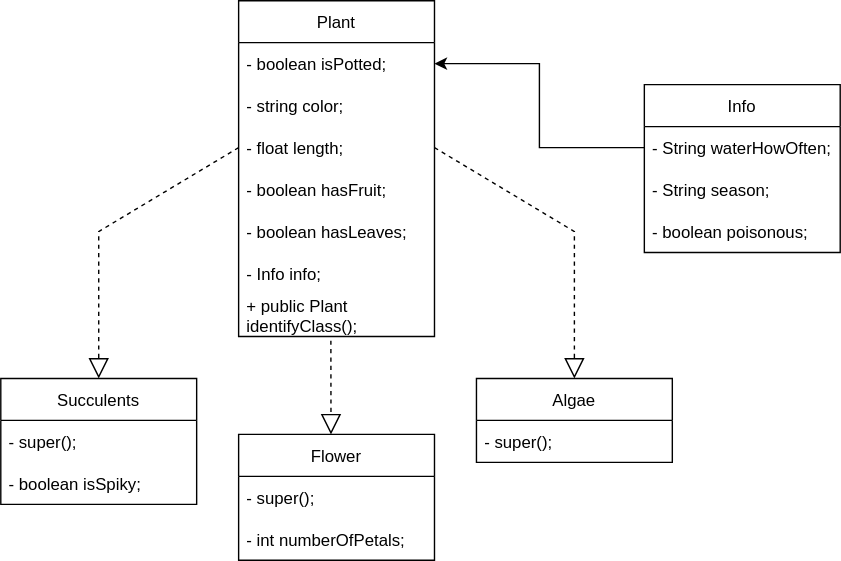
Before: src/ERD.svg, a diagram exported from draw.io (alishakhalid/M226-Project). Source tidied: cells renumbered, new cells last; positions are measured from the earlier drawing's top-left corner, leaving out a move shared by most shapes. The source it was exported from:
```xml
<mxGraphModel>
  <root>
    <mxCell id="0" />
    <mxCell id="1" parent="0" />
    <mxCell id="2" value="Plant" style="swimlane;fontStyle=0;horizontal=1;startSize=30;" parent="1" vertex="1">
      <mxGeometry x="170" width="140" height="240" as="geometry" />
    </mxCell>
    <mxCell id="3" value="- boolean isPotted;" style="text;strokeColor=none;fillColor=none;align=left;verticalAlign=middle;spacingLeft=4;spacingRight=4;overflow=hidden;points=[[0,0.5],[1,0.5]];portConstraint=eastwest;" parent="2" vertex="1">
      <mxGeometry y="30" width="140" height="30" as="geometry" />
    </mxCell>
    <mxCell id="4" value="- string color;" style="text;strokeColor=none;fillColor=none;align=left;verticalAlign=middle;spacingLeft=4;spacingRight=4;overflow=hidden;" parent="2" vertex="1">
      <mxGeometry y="60" width="140" height="30" as="geometry" />
    </mxCell>
    <mxCell id="5" value="- float length;" style="text;strokeColor=none;fillColor=none;align=left;verticalAlign=middle;spacingLeft=4;spacingRight=4;overflow=hidden;points=[[0,0.5],[1,0.5]];portConstraint=eastwest;" parent="2" vertex="1">
      <mxGeometry y="90" width="140" height="30" as="geometry" />
    </mxCell>
    <mxCell id="6" value="- boolean hasFruit;" style="text;strokeColor=none;fillColor=none;align=left;verticalAlign=middle;spacingLeft=4;spacingRight=4;overflow=hidden;" parent="2" vertex="1">
      <mxGeometry y="120" width="140" height="30" as="geometry" />
    </mxCell>
    <mxCell id="7" value="- boolean hasLeaves;" style="text;strokeColor=none;fillColor=none;align=left;verticalAlign=middle;spacingLeft=4;spacingRight=4;overflow=hidden;" parent="2" vertex="1">
      <mxGeometry y="150" width="140" height="30" as="geometry" />
    </mxCell>
    <mxCell id="8" value="- Info info;" style="text;strokeColor=none;fillColor=none;align=left;verticalAlign=middle;spacingLeft=4;spacingRight=4;overflow=hidden;" parent="2" vertex="1">
      <mxGeometry y="180" width="140" height="30" as="geometry" />
    </mxCell>
    <mxCell id="9" value="+ public Plant &#10;identifyClass();" style="text;strokeColor=none;fillColor=none;align=left;verticalAlign=middle;spacingLeft=4;spacingRight=4;overflow=hidden;points=[[0,0.5],[1,0.5]];portConstraint=eastwest;" parent="2" vertex="1">
      <mxGeometry y="210" width="140" height="30" as="geometry" />
    </mxCell>
    <mxCell id="10" value="Succulents" style="swimlane;fontStyle=0;horizontal=1;startSize=30;" parent="1" vertex="1">
      <mxGeometry y="270" width="140" height="90" as="geometry" />
    </mxCell>
    <mxCell id="11" value="- super();" style="text;strokeColor=none;fillColor=none;align=left;verticalAlign=middle;spacingLeft=4;spacingRight=4;overflow=hidden;" parent="10" vertex="1">
      <mxGeometry y="30" width="140" height="30" as="geometry" />
    </mxCell>
    <mxCell id="12" value="- boolean isSpiky;" style="text;strokeColor=none;fillColor=none;align=left;verticalAlign=middle;spacingLeft=4;spacingRight=4;overflow=hidden;" parent="10" vertex="1">
      <mxGeometry y="60" width="140" height="30" as="geometry" />
    </mxCell>
    <mxCell id="13" value="Flower" style="swimlane;fontStyle=0;horizontal=1;startSize=30;" parent="1" vertex="1">
      <mxGeometry x="170" y="310" width="140" height="90" as="geometry" />
    </mxCell>
    <mxCell id="14" value="- super();" style="text;strokeColor=none;fillColor=none;align=left;verticalAlign=middle;spacingLeft=4;spacingRight=4;overflow=hidden;" parent="13" vertex="1">
      <mxGeometry y="30" width="140" height="30" as="geometry" />
    </mxCell>
    <mxCell id="15" value="- int numberOfPetals;" style="text;strokeColor=none;fillColor=none;align=left;verticalAlign=middle;spacingLeft=4;spacingRight=4;overflow=hidden;" parent="13" vertex="1">
      <mxGeometry y="60" width="140" height="30" as="geometry" />
    </mxCell>
    <mxCell id="16" value="Algae" style="swimlane;fontStyle=0;horizontal=1;startSize=30;" parent="1" vertex="1">
      <mxGeometry x="340" y="270" width="140" height="60" as="geometry" />
    </mxCell>
    <mxCell id="17" value="- super();" style="text;strokeColor=none;fillColor=none;align=left;verticalAlign=middle;spacingLeft=4;spacingRight=4;overflow=hidden;" parent="16" vertex="1">
      <mxGeometry y="30" width="140" height="30" as="geometry" />
    </mxCell>
    <mxCell id="18" style="endArrow=block;dashed=1;endFill=0;endSize=12;html=1;rounded=0;exitX=1;exitY=0.5;exitDx=0;exitDy=0;entryX=0.5;entryY=0;entryDx=0;entryDy=0;" parent="1" edge="1" source="5" target="16">
      <mxGeometry relative="1" as="geometry">
        <Array as="points">
          <mxPoint x="410" y="165" />
        </Array>
      </mxGeometry>
    </mxCell>
    <mxCell id="19" style="endArrow=block;dashed=1;endFill=0;endSize=12;html=1;rounded=0;exitX=0;exitY=0.5;exitDx=0;exitDy=0;entryX=0.5;entryY=0;entryDx=0;entryDy=0;" parent="1" edge="1" source="5" target="10">
      <mxGeometry relative="1" as="geometry">
        <Array as="points">
          <mxPoint x="70" y="165" />
        </Array>
      </mxGeometry>
    </mxCell>
    <mxCell id="20" style="endArrow=block;dashed=1;endFill=0;endSize=12;html=1;rounded=0;exitX=0.471;exitY=1.1;exitDx=0;exitDy=0;exitPerimeter=0;" parent="1" edge="1" source="9">
      <mxGeometry relative="1" as="geometry">
        <mxPoint x="236" y="310" as="targetPoint" />
        <Array as="points">
          <mxPoint x="236" y="290" />
        </Array>
      </mxGeometry>
    </mxCell>
    <mxCell id="21" value="Info" style="swimlane;fontStyle=0;horizontal=1;startSize=30;" parent="1" vertex="1">
      <mxGeometry x="460" y="60" width="140" height="120" as="geometry" />
    </mxCell>
    <mxCell id="22" value="- String waterHowOften;" style="text;strokeColor=none;fillColor=none;align=left;verticalAlign=middle;spacingLeft=4;spacingRight=4;overflow=hidden;points=[[0,0.5],[1,0.5]];portConstraint=eastwest;" parent="21" vertex="1">
      <mxGeometry y="30" width="140" height="30" as="geometry" />
    </mxCell>
    <mxCell id="23" value="- String season;" style="text;strokeColor=none;fillColor=none;align=left;verticalAlign=middle;spacingLeft=4;spacingRight=4;overflow=hidden;" parent="21" vertex="1">
      <mxGeometry y="60" width="140" height="30" as="geometry" />
    </mxCell>
    <mxCell id="24" value="- boolean poisonous;" style="text;strokeColor=none;fillColor=none;align=left;verticalAlign=middle;spacingLeft=4;spacingRight=4;overflow=hidden;" parent="21" vertex="1">
      <mxGeometry y="90" width="140" height="30" as="geometry" />
    </mxCell>
    <mxCell id="25" style="edgeStyle=orthogonalEdgeStyle;rounded=0;jettySize=auto;html=1;entryX=1;entryY=0.5;entryDx=0;entryDy=0;" parent="1" edge="1" source="22" target="3">
      <mxGeometry relative="1" as="geometry" />
    </mxCell>
  </root>
</mxGraphModel>
```
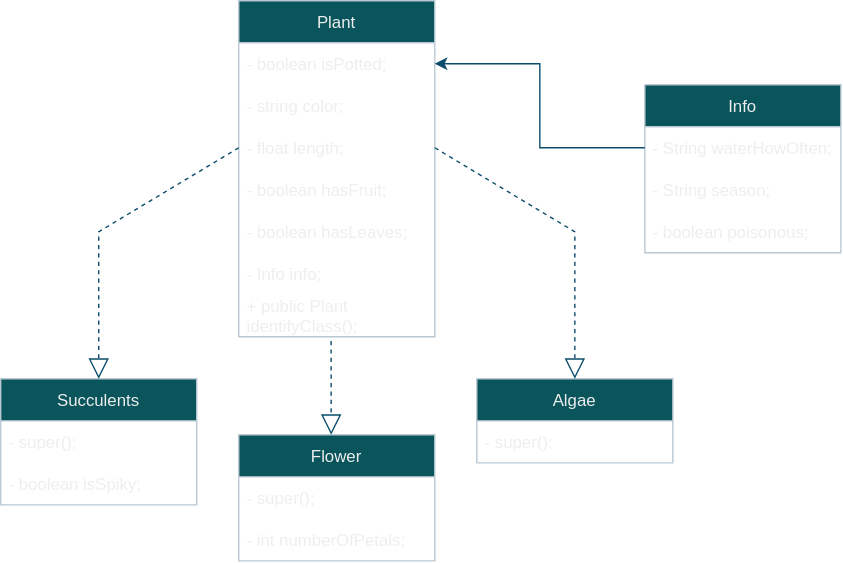
Later version of the same file.

Diff of the diagram source:
```diff
@@ -2,69 +2,69 @@
   <root>
     <mxCell id="0" />
     <mxCell id="1" parent="0" />
-    <mxCell id="2" value="Plant" style="swimlane;fontStyle=0;horizontal=1;startSize=30;" parent="1" vertex="1">
+    <mxCell id="2" value="Plant" style="swimlane;fontStyle=0;horizontal=1;startSize=30;fillColor=#09555B;strokeColor=#BAC8D3;fontColor=#EEEEEE;" parent="1" vertex="1">
       <mxGeometry x="170" width="140" height="240" as="geometry" />
     </mxCell>
-    <mxCell id="3" value="- boolean isPotted;" style="text;strokeColor=none;fillColor=none;align=left;verticalAlign=middle;spacingLeft=4;spacingRight=4;overflow=hidden;points=[[0,0.5],[1,0.5]];portConstraint=eastwest;" parent="2" vertex="1">
+    <mxCell id="3" value="- boolean isPotted;" style="text;strokeColor=none;fillColor=none;align=left;verticalAlign=middle;spacingLeft=4;spacingRight=4;overflow=hidden;points=[[0,0.5],[1,0.5]];portConstraint=eastwest;fontColor=#EEEEEE;" parent="2" vertex="1">
       <mxGeometry y="30" width="140" height="30" as="geometry" />
     </mxCell>
-    <mxCell id="4" value="- string color;" style="text;strokeColor=none;fillColor=none;align=left;verticalAlign=middle;spacingLeft=4;spacingRight=4;overflow=hidden;" parent="2" vertex="1">
+    <mxCell id="4" value="- string color;" style="text;strokeColor=none;fillColor=none;align=left;verticalAlign=middle;spacingLeft=4;spacingRight=4;overflow=hidden;fontColor=#EEEEEE;" parent="2" vertex="1">
       <mxGeometry y="60" width="140" height="30" as="geometry" />
     </mxCell>
-    <mxCell id="5" value="- float length;" style="text;strokeColor=none;fillColor=none;align=left;verticalAlign=middle;spacingLeft=4;spacingRight=4;overflow=hidden;points=[[0,0.5],[1,0.5]];portConstraint=eastwest;" parent="2" vertex="1">
+    <mxCell id="5" value="- float length;" style="text;strokeColor=none;fillColor=none;align=left;verticalAlign=middle;spacingLeft=4;spacingRight=4;overflow=hidden;points=[[0,0.5],[1,0.5]];portConstraint=eastwest;fontColor=#EEEEEE;" parent="2" vertex="1">
       <mxGeometry y="90" width="140" height="30" as="geometry" />
     </mxCell>
-    <mxCell id="6" value="- boolean hasFruit;" style="text;strokeColor=none;fillColor=none;align=left;verticalAlign=middle;spacingLeft=4;spacingRight=4;overflow=hidden;" parent="2" vertex="1">
+    <mxCell id="6" value="- boolean hasFruit;" style="text;strokeColor=none;fillColor=none;align=left;verticalAlign=middle;spacingLeft=4;spacingRight=4;overflow=hidden;fontColor=#EEEEEE;" parent="2" vertex="1">
       <mxGeometry y="120" width="140" height="30" as="geometry" />
     </mxCell>
-    <mxCell id="7" value="- boolean hasLeaves;" style="text;strokeColor=none;fillColor=none;align=left;verticalAlign=middle;spacingLeft=4;spacingRight=4;overflow=hidden;" parent="2" vertex="1">
+    <mxCell id="7" value="- boolean hasLeaves;" style="text;strokeColor=none;fillColor=none;align=left;verticalAlign=middle;spacingLeft=4;spacingRight=4;overflow=hidden;fontColor=#EEEEEE;" parent="2" vertex="1">
       <mxGeometry y="150" width="140" height="30" as="geometry" />
     </mxCell>
-    <mxCell id="8" value="- Info info;" style="text;strokeColor=none;fillColor=none;align=left;verticalAlign=middle;spacingLeft=4;spacingRight=4;overflow=hidden;" parent="2" vertex="1">
+    <mxCell id="8" value="- Info info;" style="text;strokeColor=none;fillColor=none;align=left;verticalAlign=middle;spacingLeft=4;spacingRight=4;overflow=hidden;fontColor=#EEEEEE;" parent="2" vertex="1">
       <mxGeometry y="180" width="140" height="30" as="geometry" />
     </mxCell>
-    <mxCell id="9" value="+ public Plant &#10;identifyClass();" style="text;strokeColor=none;fillColor=none;align=left;verticalAlign=middle;spacingLeft=4;spacingRight=4;overflow=hidden;points=[[0,0.5],[1,0.5]];portConstraint=eastwest;" parent="2" vertex="1">
+    <mxCell id="9" value="+ public Plant &#10;identifyClass();" style="text;strokeColor=none;fillColor=none;align=left;verticalAlign=middle;spacingLeft=4;spacingRight=4;overflow=hidden;points=[[0,0.5],[1,0.5]];portConstraint=eastwest;fontColor=#EEEEEE;" parent="2" vertex="1">
       <mxGeometry y="210" width="140" height="30" as="geometry" />
     </mxCell>
-    <mxCell id="10" value="Succulents" style="swimlane;fontStyle=0;horizontal=1;startSize=30;" parent="1" vertex="1">
+    <mxCell id="10" value="Succulents" style="swimlane;fontStyle=0;horizontal=1;startSize=30;fillColor=#09555B;strokeColor=#BAC8D3;fontColor=#EEEEEE;" parent="1" vertex="1">
       <mxGeometry y="270" width="140" height="90" as="geometry" />
     </mxCell>
-    <mxCell id="11" value="- super();" style="text;strokeColor=none;fillColor=none;align=left;verticalAlign=middle;spacingLeft=4;spacingRight=4;overflow=hidden;" parent="10" vertex="1">
+    <mxCell id="11" value="- super();" style="text;strokeColor=none;fillColor=none;align=left;verticalAlign=middle;spacingLeft=4;spacingRight=4;overflow=hidden;fontColor=#EEEEEE;" parent="10" vertex="1">
       <mxGeometry y="30" width="140" height="30" as="geometry" />
     </mxCell>
-    <mxCell id="12" value="- boolean isSpiky;" style="text;strokeColor=none;fillColor=none;align=left;verticalAlign=middle;spacingLeft=4;spacingRight=4;overflow=hidden;" parent="10" vertex="1">
+    <mxCell id="12" value="- boolean isSpiky;" style="text;strokeColor=none;fillColor=none;align=left;verticalAlign=middle;spacingLeft=4;spacingRight=4;overflow=hidden;fontColor=#EEEEEE;" parent="10" vertex="1">
       <mxGeometry y="60" width="140" height="30" as="geometry" />
     </mxCell>
-    <mxCell id="13" value="Flower" style="swimlane;fontStyle=0;horizontal=1;startSize=30;" parent="1" vertex="1">
+    <mxCell id="13" value="Flower" style="swimlane;fontStyle=0;horizontal=1;startSize=30;fillColor=#09555B;strokeColor=#BAC8D3;fontColor=#EEEEEE;" parent="1" vertex="1">
       <mxGeometry x="170" y="310" width="140" height="90" as="geometry" />
     </mxCell>
-    <mxCell id="14" value="- super();" style="text;strokeColor=none;fillColor=none;align=left;verticalAlign=middle;spacingLeft=4;spacingRight=4;overflow=hidden;" parent="13" vertex="1">
+    <mxCell id="14" value="- super();" style="text;strokeColor=none;fillColor=none;align=left;verticalAlign=middle;spacingLeft=4;spacingRight=4;overflow=hidden;fontColor=#EEEEEE;" parent="13" vertex="1">
       <mxGeometry y="30" width="140" height="30" as="geometry" />
     </mxCell>
-    <mxCell id="15" value="- int numberOfPetals;" style="text;strokeColor=none;fillColor=none;align=left;verticalAlign=middle;spacingLeft=4;spacingRight=4;overflow=hidden;" parent="13" vertex="1">
+    <mxCell id="15" value="- int numberOfPetals;" style="text;strokeColor=none;fillColor=none;align=left;verticalAlign=middle;spacingLeft=4;spacingRight=4;overflow=hidden;fontColor=#EEEEEE;" parent="13" vertex="1">
       <mxGeometry y="60" width="140" height="30" as="geometry" />
     </mxCell>
-    <mxCell id="16" value="Algae" style="swimlane;fontStyle=0;horizontal=1;startSize=30;" parent="1" vertex="1">
+    <mxCell id="16" value="Algae" style="swimlane;fontStyle=0;horizontal=1;startSize=30;fillColor=#09555B;strokeColor=#BAC8D3;fontColor=#EEEEEE;" parent="1" vertex="1">
       <mxGeometry x="340" y="270" width="140" height="60" as="geometry" />
     </mxCell>
-    <mxCell id="17" value="- super();" style="text;strokeColor=none;fillColor=none;align=left;verticalAlign=middle;spacingLeft=4;spacingRight=4;overflow=hidden;" parent="16" vertex="1">
+    <mxCell id="17" value="- super();" style="text;strokeColor=none;fillColor=none;align=left;verticalAlign=middle;spacingLeft=4;spacingRight=4;overflow=hidden;fontColor=#EEEEEE;" parent="16" vertex="1">
       <mxGeometry y="30" width="140" height="30" as="geometry" />
     </mxCell>
-    <mxCell id="18" style="endArrow=block;dashed=1;endFill=0;endSize=12;html=1;rounded=0;exitX=1;exitY=0.5;exitDx=0;exitDy=0;entryX=0.5;entryY=0;entryDx=0;entryDy=0;" parent="1" edge="1" source="5" target="16">
+    <mxCell id="18" style="endArrow=block;dashed=1;endFill=0;endSize=12;html=1;rounded=0;exitX=1;exitY=0.5;exitDx=0;exitDy=0;entryX=0.5;entryY=0;entryDx=0;entryDy=0;strokeColor=#0B4D6A;" parent="1" edge="1" source="5" target="16">
       <mxGeometry relative="1" as="geometry">
         <Array as="points">
           <mxPoint x="410" y="165" />
         </Array>
       </mxGeometry>
     </mxCell>
-    <mxCell id="19" style="endArrow=block;dashed=1;endFill=0;endSize=12;html=1;rounded=0;exitX=0;exitY=0.5;exitDx=0;exitDy=0;entryX=0.5;entryY=0;entryDx=0;entryDy=0;" parent="1" edge="1" source="5" target="10">
+    <mxCell id="19" style="endArrow=block;dashed=1;endFill=0;endSize=12;html=1;rounded=0;exitX=0;exitY=0.5;exitDx=0;exitDy=0;entryX=0.5;entryY=0;entryDx=0;entryDy=0;strokeColor=#0B4D6A;" parent="1" edge="1" source="5" target="10">
       <mxGeometry relative="1" as="geometry">
         <Array as="points">
           <mxPoint x="70" y="165" />
         </Array>
       </mxGeometry>
     </mxCell>
-    <mxCell id="20" style="endArrow=block;dashed=1;endFill=0;endSize=12;html=1;rounded=0;exitX=0.471;exitY=1.1;exitDx=0;exitDy=0;exitPerimeter=0;" parent="1" edge="1" source="9">
+    <mxCell id="20" style="endArrow=block;dashed=1;endFill=0;endSize=12;html=1;rounded=0;exitX=0.471;exitY=1.1;exitDx=0;exitDy=0;exitPerimeter=0;strokeColor=#0B4D6A;" parent="1" edge="1" source="9">
       <mxGeometry relative="1" as="geometry">
         <mxPoint x="236" y="310" as="targetPoint" />
         <Array as="points">
@@ -72,19 +72,19 @@
         </Array>
       </mxGeometry>
     </mxCell>
-    <mxCell id="21" value="Info" style="swimlane;fontStyle=0;horizontal=1;startSize=30;" parent="1" vertex="1">
+    <mxCell id="21" value="Info" style="swimlane;fontStyle=0;horizontal=1;startSize=30;fillColor=#09555B;strokeColor=#BAC8D3;fontColor=#EEEEEE;" parent="1" vertex="1">
       <mxGeometry x="460" y="60" width="140" height="120" as="geometry" />
     </mxCell>
-    <mxCell id="22" value="- String waterHowOften;" style="text;strokeColor=none;fillColor=none;align=left;verticalAlign=middle;spacingLeft=4;spacingRight=4;overflow=hidden;points=[[0,0.5],[1,0.5]];portConstraint=eastwest;" parent="21" vertex="1">
+    <mxCell id="22" value="- String waterHowOften;" style="text;strokeColor=none;fillColor=none;align=left;verticalAlign=middle;spacingLeft=4;spacingRight=4;overflow=hidden;points=[[0,0.5],[1,0.5]];portConstraint=eastwest;fontColor=#EEEEEE;" parent="21" vertex="1">
       <mxGeometry y="30" width="140" height="30" as="geometry" />
     </mxCell>
-    <mxCell id="23" value="- String season;" style="text;strokeColor=none;fillColor=none;align=left;verticalAlign=middle;spacingLeft=4;spacingRight=4;overflow=hidden;" parent="21" vertex="1">
+    <mxCell id="23" value="- String season;" style="text;strokeColor=none;fillColor=none;align=left;verticalAlign=middle;spacingLeft=4;spacingRight=4;overflow=hidden;fontColor=#EEEEEE;" parent="21" vertex="1">
       <mxGeometry y="60" width="140" height="30" as="geometry" />
     </mxCell>
-    <mxCell id="24" value="- boolean poisonous;" style="text;strokeColor=none;fillColor=none;align=left;verticalAlign=middle;spacingLeft=4;spacingRight=4;overflow=hidden;" parent="21" vertex="1">
+    <mxCell id="24" value="- boolean poisonous;" style="text;strokeColor=none;fillColor=none;align=left;verticalAlign=middle;spacingLeft=4;spacingRight=4;overflow=hidden;fontColor=#EEEEEE;" parent="21" vertex="1">
       <mxGeometry y="90" width="140" height="30" as="geometry" />
     </mxCell>
-    <mxCell id="25" style="edgeStyle=orthogonalEdgeStyle;rounded=0;jettySize=auto;html=1;entryX=1;entryY=0.5;entryDx=0;entryDy=0;" parent="1" edge="1" source="22" target="3">
+    <mxCell id="25" style="edgeStyle=orthogonalEdgeStyle;rounded=0;jettySize=auto;html=1;entryX=1;entryY=0.5;entryDx=0;entryDy=0;strokeColor=#0B4D6A;" parent="1" edge="1" source="22" target="3">
       <mxGeometry relative="1" as="geometry" />
     </mxCell>
   </root>
```
